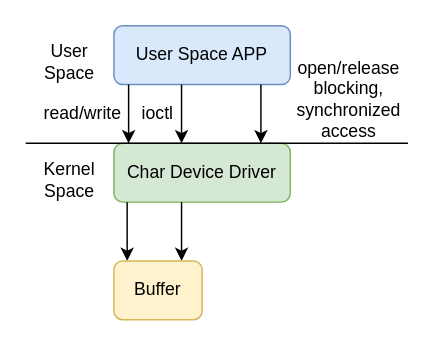
The draw.io diagram driver/ADC-driver/character device driver.drawio in OuO333333/jserv-linux-kernel-internals-study, before the edit. Source tidied: cells renumbered, new cells numbered last; positions are measured from the earlier drawing's top-left corner, leaving out a move shared by most shapes. Both pictures are drawn from the tidied source at 147%, with x=0, y=0 at pixel (25, 25).
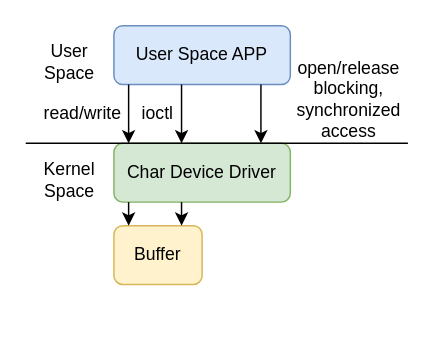
The same diagram, later.

Change to the diagram source:
```diff
@@
-    <mxCell id="13" style="endArrow=classic;html=1;rounded=0;exitX=0.25;exitY=1;exitDx=0;exitDy=0;entryX=0.25;entryY=0;entryDx=0;entryDy=0;" parent="1" edge="1">
-      <mxGeometry relative="1" as="geometry">
-        <mxPoint x="69" y="120" as="sourcePoint" />
-        <mxPoint x="69" y="160" as="targetPoint" />
-      </mxGeometry>
-    </mxCell>
-    <mxCell id="14" style="endArrow=classic;html=1;rounded=0;exitX=0.25;exitY=1;exitDx=0;exitDy=0;entryX=0.25;entryY=0;entryDx=0;entryDy=0;" parent="1" edge="1">
-      <mxGeometry relative="1" as="geometry">
-        <mxPoint x="106" y="120" as="sourcePoint" />
-        <mxPoint x="106" y="160" as="targetPoint" />
-      </mxGeometry>
-    </mxCell>
     <mxCell id="15" value="Buffer" style="rounded=1;whiteSpace=wrap;html=1;fillColor=#fff2cc;strokeColor=#d6b656;" parent="1" vertex="1">
-      <mxGeometry x="60" y="160" width="60" height="40" as="geometry" />
+      <mxGeometry x="60" y="136" width="60" height="40" as="geometry" />
     </mxCell>
+    <mxCell id="16" style="endArrow=classic;html=1;rounded=0;exitX=0.25;exitY=1;exitDx=0;exitDy=0;entryX=0.5;entryY=0;entryDx=0;entryDy=0;" parent="1" edge="1">
+      <mxGeometry relative="1" as="geometry">
+        <mxPoint x="70" y="120" as="sourcePoint" />
+        <mxPoint x="70" y="136" as="targetPoint" />
+      </mxGeometry>
+    </mxCell>
+    <mxCell id="17" style="endArrow=classic;html=1;rounded=0;exitX=0.25;exitY=1;exitDx=0;exitDy=0;entryX=0.5;entryY=0;entryDx=0;entryDy=0;" parent="1" edge="1">
+      <mxGeometry relative="1" as="geometry">
+        <mxPoint x="106" y="120" as="sourcePoint" />
+        <mxPoint x="106" y="136" as="targetPoint" />
+      </mxGeometry>
+    </mxCell>
```
